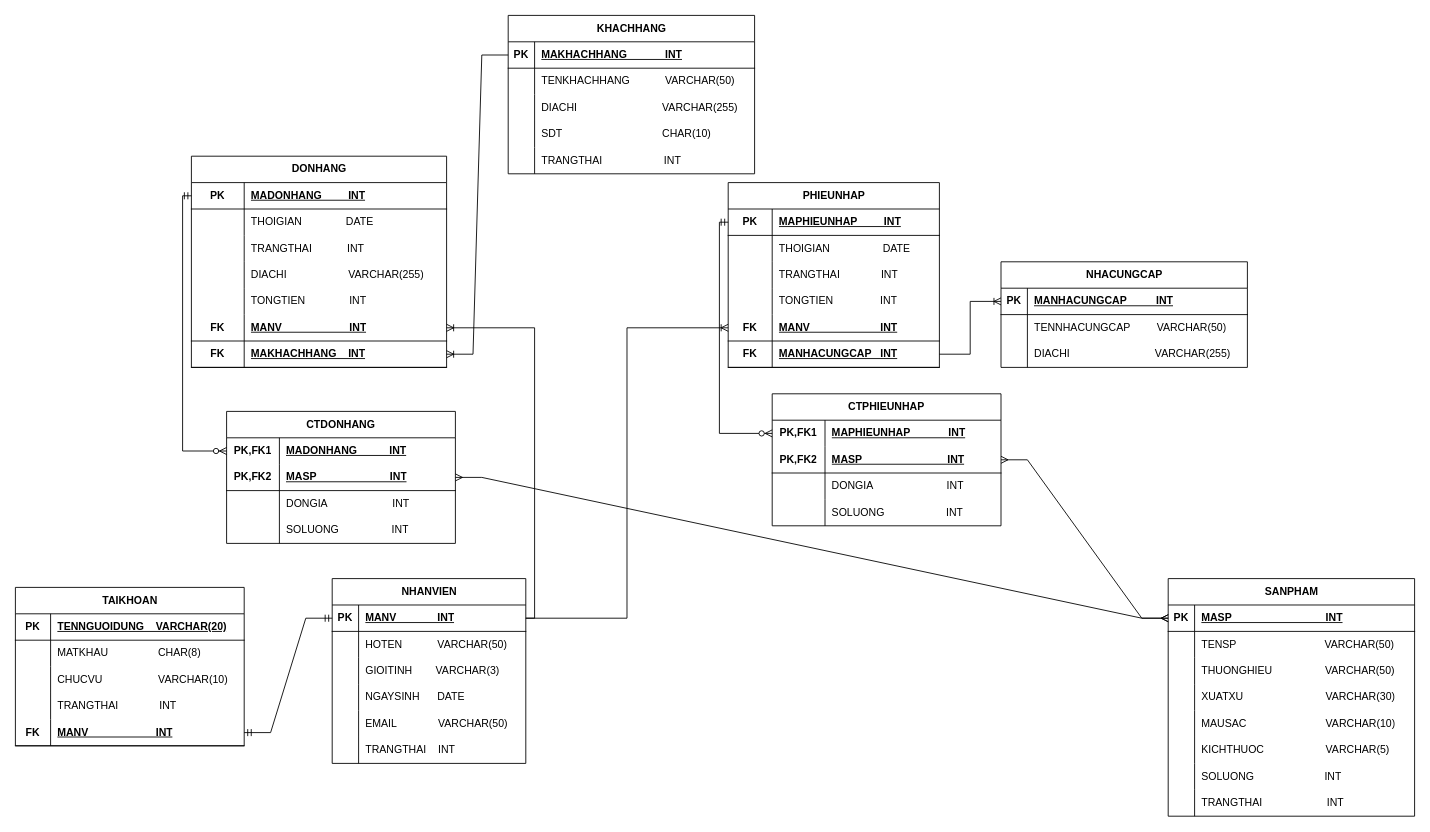
Before: erd/quanlycuahangbanquanao.drawio in nvkdzvcl/Project_Java, a draw.io diagram. Source tidied: cells renumbered, new cells numbered last; positions are measured from the earlier drawing's top-left corner, leaving out a move shared by most shapes. Both pictures are drawn from the tidied source at 88%, with x=0, y=0 at pixel (15, 15).
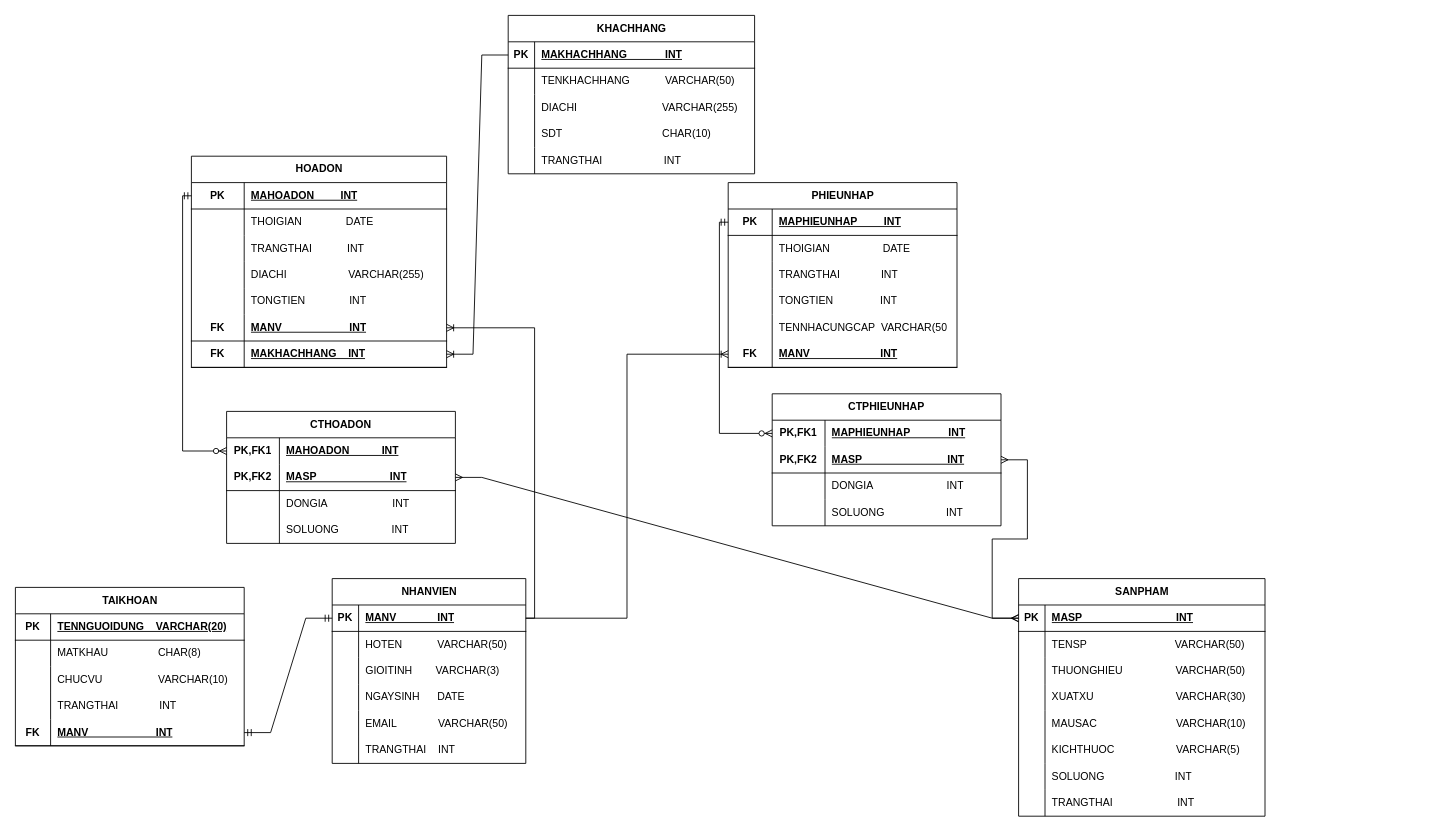
After the change.

Commit message (it also covers changes not shown here):
Sửa DB: DONHANG -> HOADON và bỏ NHACUNGCAP

Unchanged cells that the change refers to:
```xml
<mxCell id="96" style="shape=tableRow;horizontal=0;startSize=0;swimlaneHead=0;swimlaneBody=0;fillColor=none;points=[[0,0.5],[1,0.5]];portConstraint=eastwest;top=0;left=0;right=0;bottom=1;" parent="95" vertex="1">
  <mxGeometry y="30" width="290" height="30" as="geometry" />
</mxCell>
<mxCell id="131" style="shape=tableRow;horizontal=0;startSize=0;swimlaneHead=0;swimlaneBody=0;fillColor=none;points=[[0,0.5],[1,0.5]];portConstraint=eastwest;top=0;left=0;right=0;bottom=0;html=1;" parent="130" vertex="1">
  <mxGeometry y="30" width="260" height="30" as="geometry" />
</mxCell>
```

The edit, as a diff of the source:
```diff
@@
-    <mxCell id="21" value="NHACUNGCAP" style="shape=table;startSize=30;childLayout=tableLayout;rowLines=0;fontStyle=1;align=center;html=1;" parent="1" vertex="1">
-      <mxGeometry x="1120" y="280" width="280" height="120" as="geometry" />
-    </mxCell>
-    <mxCell id="22" style="shape=tableRow;horizontal=0;startSize=0;swimlaneHead=0;swimlaneBody=0;fillColor=none;points=[[0,0.5],[1,0.5]];portConstraint=eastwest;top=0;left=0;right=0;bottom=1;" parent="21" vertex="1">
-      <mxGeometry y="30" width="280" height="30" as="geometry" />
-    </mxCell>
-    <mxCell id="23" value="PK" style="shape=partialRectangle;fillColor=none;top=0;left=0;bottom=0;right=0;fontStyle=1;overflow=hidden;whiteSpace=wrap;html=1;" parent="22" vertex="1">
-      <mxGeometry width="30" height="30" as="geometry" />
-    </mxCell>
-    <mxCell id="24" value="MANHACUNGCAP&amp;nbsp; &amp;nbsp; &amp;nbsp; &amp;nbsp; &amp;nbsp; INT" style="shape=partialRectangle;fillColor=none;top=0;left=0;bottom=0;right=0;align=left;spacingLeft=6;fontStyle=5;overflow=hidden;whiteSpace=wrap;html=1;" parent="22" vertex="1">
-      <mxGeometry x="30" width="250" height="30" as="geometry" />
-    </mxCell>
-    <mxCell id="25" style="shape=tableRow;horizontal=0;startSize=0;swimlaneHead=0;swimlaneBody=0;fillColor=none;top=0;left=0;right=0;bottom=0;" parent="21" vertex="1">
-      <mxGeometry y="60" width="280" height="30" as="geometry" />
-    </mxCell>
-    <mxCell id="26" style="shape=partialRectangle;fillColor=none;top=0;left=0;bottom=0;right=0;overflow=hidden;whiteSpace=wrap;html=1;" parent="25" vertex="1">
-      <mxGeometry width="30" height="30" as="geometry" />
-    </mxCell>
-    <mxCell id="27" value="TENNHACUNGCAP&amp;nbsp; &amp;nbsp; &amp;nbsp; &amp;nbsp; &amp;nbsp;VARCHAR(50)" style="shape=partialRectangle;fillColor=none;top=0;left=0;bottom=0;right=0;align=left;spacingLeft=6;overflow=hidden;whiteSpace=wrap;html=1;" parent="25" vertex="1">
-      <mxGeometry x="30" width="250" height="30" as="geometry" />
-    </mxCell>
-    <mxCell id="28" style="shape=tableRow;horizontal=0;startSize=0;swimlaneHead=0;swimlaneBody=0;fillColor=none;top=0;left=0;right=0;bottom=0;" parent="21" vertex="1">
-      <mxGeometry y="90" width="280" height="30" as="geometry" />
-    </mxCell>
-    <mxCell id="29" style="shape=partialRectangle;fillColor=none;top=0;left=0;bottom=0;right=0;overflow=hidden;whiteSpace=wrap;html=1;" parent="28" vertex="1">
-      <mxGeometry width="30" height="30" as="geometry" />
-    </mxCell>
-    <mxCell id="30" value="DIACHI&amp;nbsp; &amp;nbsp; &amp;nbsp; &amp;nbsp; &amp;nbsp; &amp;nbsp; &amp;nbsp; &amp;nbsp; &amp;nbsp; &amp;nbsp; &amp;nbsp; &amp;nbsp; &amp;nbsp; &amp;nbsp; &amp;nbsp;VARCHAR(255)" style="shape=partialRectangle;fillColor=none;top=0;left=0;bottom=0;right=0;align=left;spacingLeft=6;overflow=hidden;whiteSpace=wrap;html=1;" parent="28" vertex="1">
-      <mxGeometry x="30" width="250" height="30" as="geometry" />
-    </mxCell>
@@
     <mxCell id="47" value="SANPHAM" style="shape=table;startSize=30;childLayout=tableLayout;rowLines=0;fontStyle=1;align=center;html=1;" parent="1" vertex="1">
-      <mxGeometry x="1310" y="640" width="280" height="270" as="geometry" />
+      <mxGeometry x="1140" y="640" width="280" height="270" as="geometry" />
     </mxCell>
@@
-    <mxCell id="73" style="edgeStyle=orthogonalEdgeStyle;fontSize=12;html=1;endArrow=ERoneToMany;rounded=0;entryX=0;entryY=0.5;entryDx=0;entryDy=0;exitX=1;exitY=0.5;exitDx=0;exitDy=0;" parent="1" edge="1" source="92" target="22">
-      <mxGeometry relative="1" as="geometry" />
-    </mxCell>
@@
     <mxCell id="76" value="PHIEUNHAP" style="shape=table;startSize=30;childLayout=tableLayout;rowLines=0;fontStyle=1;align=center;html=1;" parent="1" vertex="1">
-      <mxGeometry x="810" y="190" width="240" height="210" as="geometry" />
+      <mxGeometry x="810" y="190" width="260" height="210" as="geometry" />
     </mxCell>
     <mxCell id="77" style="shape=tableRow;horizontal=0;startSize=0;swimlaneHead=0;swimlaneBody=0;fillColor=none;points=[[0,0.5],[1,0.5]];portConstraint=eastwest;top=0;left=0;right=0;bottom=1;" parent="76" vertex="1">
-      <mxGeometry y="30" width="240" height="30" as="geometry" />
+      <mxGeometry y="30" width="260" height="30" as="geometry" />
     </mxCell>
@@
     <mxCell id="79" value="MAPHIEUNHAP&amp;nbsp; &amp;nbsp; &amp;nbsp; &amp;nbsp; &amp;nbsp;INT" style="shape=partialRectangle;fillColor=none;top=0;left=0;bottom=0;right=0;align=left;spacingLeft=6;fontStyle=5;overflow=hidden;whiteSpace=wrap;html=1;" parent="77" vertex="1">
-      <mxGeometry x="50" width="190" height="30" as="geometry" />
+      <mxGeometry x="50" width="210" height="30" as="geometry" />
     </mxCell>
     <mxCell id="80" style="shape=tableRow;horizontal=0;startSize=0;swimlaneHead=0;swimlaneBody=0;fillColor=none;top=0;left=0;right=0;bottom=0;" parent="76" vertex="1">
-      <mxGeometry y="60" width="240" height="30" as="geometry" />
+      <mxGeometry y="60" width="260" height="30" as="geometry" />
     </mxCell>
@@
     <mxCell id="82" value="THOIGIAN&amp;nbsp; &amp;nbsp; &amp;nbsp; &amp;nbsp; &amp;nbsp; &amp;nbsp; &amp;nbsp; &amp;nbsp; &amp;nbsp; DATE" style="shape=partialRectangle;fillColor=none;top=0;left=0;bottom=0;right=0;align=left;spacingLeft=6;overflow=hidden;whiteSpace=wrap;html=1;" parent="80" vertex="1">
-      <mxGeometry x="50" width="190" height="30" as="geometry" />
+      <mxGeometry x="50" width="210" height="30" as="geometry" />
     </mxCell>
     <mxCell id="83" style="shape=tableRow;horizontal=0;startSize=0;swimlaneHead=0;swimlaneBody=0;fillColor=none;top=0;left=0;right=0;bottom=0;" parent="76" vertex="1">
-      <mxGeometry y="90" width="240" height="30" as="geometry" />
+      <mxGeometry y="90" width="260" height="30" as="geometry" />
     </mxCell>
@@
     <mxCell id="85" value="TRANGTHAI&amp;nbsp; &amp;nbsp; &amp;nbsp; &amp;nbsp; &amp;nbsp; &amp;nbsp; &amp;nbsp; INT" style="shape=partialRectangle;fillColor=none;top=0;left=0;bottom=0;right=0;align=left;spacingLeft=6;overflow=hidden;whiteSpace=wrap;html=1;" parent="83" vertex="1">
-      <mxGeometry x="50" width="190" height="30" as="geometry" />
+      <mxGeometry x="50" width="210" height="30" as="geometry" />
     </mxCell>
     <mxCell id="86" style="shape=tableRow;horizontal=0;startSize=0;swimlaneHead=0;swimlaneBody=0;fillColor=none;top=0;left=0;right=0;bottom=0;" parent="76" vertex="1">
-      <mxGeometry y="120" width="240" height="30" as="geometry" />
+      <mxGeometry y="120" width="260" height="30" as="geometry" />
     </mxCell>
@@
     <mxCell id="88" value="TONGTIEN&amp;nbsp; &amp;nbsp; &amp;nbsp; &amp;nbsp; &amp;nbsp; &amp;nbsp; &amp;nbsp; &amp;nbsp; INT" style="shape=partialRectangle;fillColor=none;top=0;left=0;bottom=0;right=0;align=left;spacingLeft=6;overflow=hidden;whiteSpace=wrap;html=1;" parent="86" vertex="1">
-      <mxGeometry x="50" width="190" height="30" as="geometry" />
+      <mxGeometry x="50" width="210" height="30" as="geometry" />
     </mxCell>
+    <mxCell id="164" style="shape=tableRow;horizontal=0;startSize=0;swimlaneHead=0;swimlaneBody=0;fillColor=none;top=0;left=0;right=0;bottom=0;" parent="76" vertex="1">
+      <mxGeometry y="150" width="260" height="30" as="geometry" />
+    </mxCell>
+    <mxCell id="165" style="shape=partialRectangle;fillColor=none;top=0;left=0;bottom=0;right=0;overflow=hidden;whiteSpace=wrap;html=1;" parent="164" vertex="1">
+      <mxGeometry width="50" height="30" as="geometry" />
+    </mxCell>
+    <mxCell id="166" value="TENNHACUNGCAP&amp;nbsp; VARCHAR(50" style="shape=partialRectangle;fillColor=none;top=0;left=0;bottom=0;right=0;align=left;spacingLeft=6;overflow=hidden;whiteSpace=wrap;html=1;" parent="164" vertex="1">
+      <mxGeometry x="50" width="210" height="30" as="geometry" />
+    </mxCell>
     <mxCell id="89" style="shape=tableRow;horizontal=0;startSize=0;swimlaneHead=0;swimlaneBody=0;fillColor=none;points=[[0,0.5],[1,0.5]];portConstraint=eastwest;top=0;left=0;right=0;bottom=1;" parent="76" vertex="1">
-      <mxGeometry y="150" width="240" height="30" as="geometry" />
+      <mxGeometry y="180" width="260" height="30" as="geometry" />
     </mxCell>
@@
     <mxCell id="91" value="MANV&amp;nbsp; &amp;nbsp; &amp;nbsp; &amp;nbsp; &amp;nbsp; &amp;nbsp; &amp;nbsp; &amp;nbsp; &amp;nbsp; &amp;nbsp; &amp;nbsp; &amp;nbsp; INT" style="shape=partialRectangle;fillColor=none;top=0;left=0;bottom=0;right=0;align=left;spacingLeft=6;fontStyle=5;overflow=hidden;whiteSpace=wrap;html=1;" parent="89" vertex="1">
-      <mxGeometry x="50" width="190" height="30" as="geometry" />
+      <mxGeometry x="50" width="210" height="30" as="geometry" />
     </mxCell>
-    <mxCell id="92" style="shape=tableRow;horizontal=0;startSize=0;swimlaneHead=0;swimlaneBody=0;fillColor=none;points=[[0,0.5],[1,0.5]];portConstraint=eastwest;top=0;left=0;right=0;bottom=1;" parent="76" vertex="1">
-      <mxGeometry y="180" width="240" height="30" as="geometry" />
-    </mxCell>
-    <mxCell id="93" value="FK" style="shape=partialRectangle;fillColor=none;top=0;left=0;bottom=0;right=0;fontStyle=1;overflow=hidden;whiteSpace=wrap;html=1;" parent="92" vertex="1">
-      <mxGeometry width="50" height="30" as="geometry" />
-    </mxCell>
-    <mxCell id="94" value="MANHACUNGCAP&amp;nbsp; &amp;nbsp;INT" style="shape=partialRectangle;fillColor=none;top=0;left=0;bottom=0;right=0;align=left;spacingLeft=6;fontStyle=5;overflow=hidden;whiteSpace=wrap;html=1;" parent="92" vertex="1">
-      <mxGeometry x="50" width="190" height="30" as="geometry" />
-    </mxCell>
-    <mxCell id="95" value="DONHANG" style="shape=table;startSize=30;childLayout=tableLayout;rowLines=0;fontStyle=1;align=center;html=1;" parent="1" vertex="1">
+    <mxCell id="95" value="HOADON" style="shape=table;startSize=30;childLayout=tableLayout;rowLines=0;fontStyle=1;align=center;html=1;" parent="1" vertex="1">
       <mxGeometry x="200" y="160" width="290" height="240" as="geometry" />
     </mxCell>
@@
-    <mxCell id="98" value="MADONHANG&amp;nbsp; &amp;nbsp; &amp;nbsp; &amp;nbsp; &amp;nbsp;INT" style="shape=partialRectangle;fillColor=none;top=0;left=0;bottom=0;right=0;align=left;spacingLeft=6;fontStyle=5;overflow=hidden;whiteSpace=wrap;html=1;" parent="96" vertex="1">
+    <mxCell id="98" value="MAHOADON&amp;nbsp; &amp;nbsp; &amp;nbsp; &amp;nbsp; &amp;nbsp;INT" style="shape=partialRectangle;fillColor=none;top=0;left=0;bottom=0;right=0;align=left;spacingLeft=6;fontStyle=5;overflow=hidden;whiteSpace=wrap;html=1;" parent="96" vertex="1">
       <mxGeometry x="60" width="230" height="30" as="geometry" />
     </mxCell>
@@
-    <mxCell id="130" value="CTDONHANG" style="shape=table;startSize=30;childLayout=tableLayout;rowLines=0;fontStyle=1;align=center;html=1;whiteSpace=wrap;" parent="1" vertex="1">
+    <mxCell id="130" value="CTHOADON" style="shape=table;startSize=30;childLayout=tableLayout;rowLines=0;fontStyle=1;align=center;html=1;whiteSpace=wrap;" parent="1" vertex="1">
       <mxGeometry x="240" y="450" width="260" height="150" as="geometry" />
     </mxCell>
@@
-    <mxCell id="133" value="MADONHANG&amp;nbsp; &amp;nbsp; &amp;nbsp; &amp;nbsp; &amp;nbsp; &amp;nbsp;INT" style="shape=partialRectangle;fillColor=none;top=0;left=0;bottom=0;right=0;align=left;spacingLeft=6;fontStyle=5;overflow=hidden;html=1;whiteSpace=wrap;" parent="131" vertex="1">
+    <mxCell id="133" value="MAHOADON&amp;nbsp; &amp;nbsp; &amp;nbsp; &amp;nbsp; &amp;nbsp; &amp;nbsp;INT" style="shape=partialRectangle;fillColor=none;top=0;left=0;bottom=0;right=0;align=left;spacingLeft=6;fontStyle=5;overflow=hidden;html=1;whiteSpace=wrap;" parent="131" vertex="1">
       <mxGeometry x="60" width="200" height="30" as="geometry" />
     </mxCell>
```
